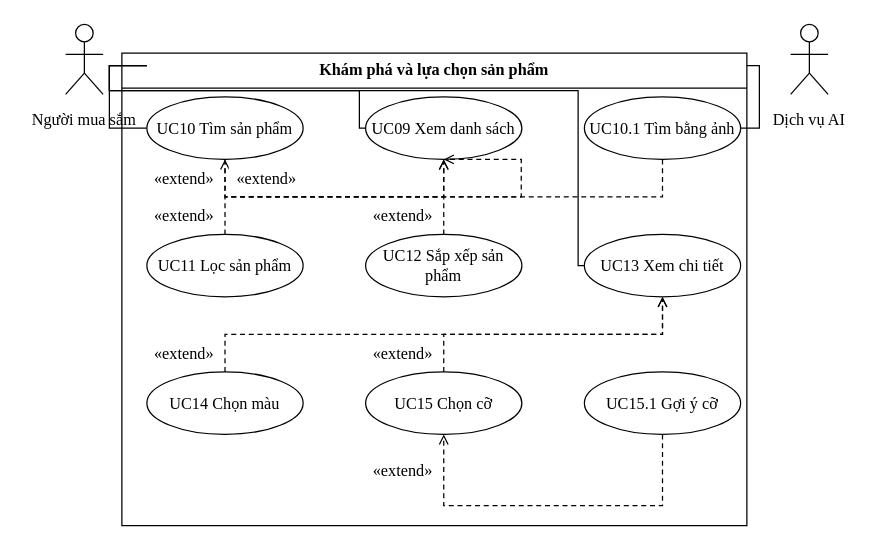
The draw.io diagram docs/do-an-LSOUL/So-do-LSOUL-rut-gon/drawio/UC-G02.drawio in Loccao102/BanHang, before the edit. Source tidied: cells renumbered, new cells numbered last; positions are measured from the earlier drawing's top-left corner, leaving out a move shared by most shapes. Both pictures are drawn from the tidied source at 125%, with x=0, y=0 at pixel (21, 21).
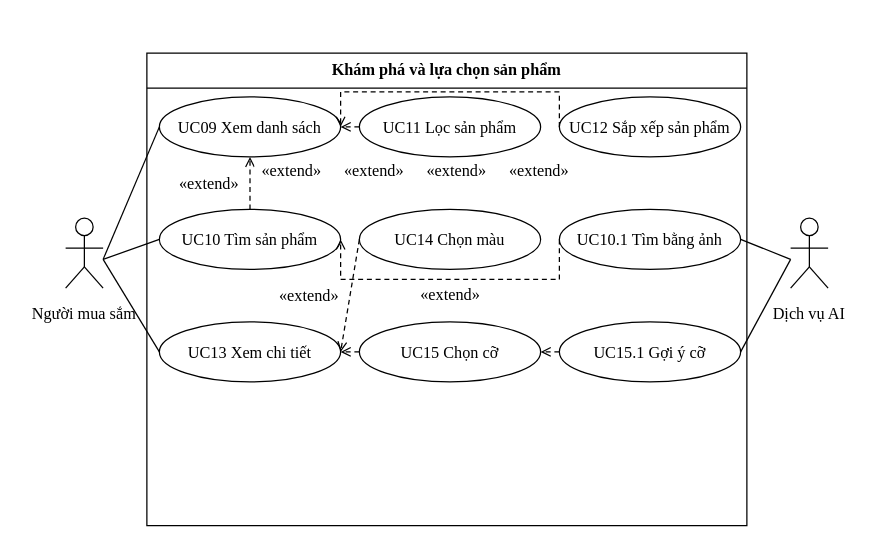
After the change.

What changed in the source:
```diff
@@
     <mxCell id="2" style="fontFamily=Times New Roman;fontSize=13;fontColor=#000000;strokeColor=#000000;strokeWidth=1;fillColor=#FFFFFF;shadow=0;rounded=0;html=0;whiteSpace=wrap;spacing=5;align=center;verticalAlign=middle;" parent="1" vertex="1">
-      <mxGeometry x="80" y="25" width="500" height="378" as="geometry" />
+      <mxGeometry x="100" y="25" width="480" height="378" as="geometry" />
     </mxCell>
     <mxCell id="3" value="Khám phá và lựa chọn sản phẩm" style="fontFamily=Times New Roman;fontSize=13;fontColor=#000000;strokeColor=#000000;strokeWidth=1;fillColor=#FFFFFF;shadow=0;rounded=0;html=0;whiteSpace=wrap;spacing=5;text;strokeColor=none;fillColor=none;align=center;verticalAlign=middle;fontStyle=1;" parent="1" vertex="1">
-      <mxGeometry x="83" y="27" width="494" height="22" as="geometry" />
+      <mxGeometry x="103" y="27" width="474" height="22" as="geometry" />
     </mxCell>
     <mxCell id="4" style="fontFamily=Times New Roman;fontSize=13;fontColor=#000000;strokeColor=#000000;strokeWidth=1;fillColor=#FFFFFF;shadow=0;rounded=0;html=0;whiteSpace=wrap;spacing=5;endArrow=none;endFill=1;startArrow=none;" parent="1" edge="1">
       <mxGeometry relative="1" as="geometry">
-        <mxPoint x="80" y="53" as="sourcePoint" />
+        <mxPoint x="100" y="53" as="sourcePoint" />
         <mxPoint x="580" y="53" as="targetPoint" />
       </mxGeometry>
     </mxCell>
-    <mxCell id="5" value="UC10 Tìm sản phẩm" style="fontFamily=Times New Roman;fontSize=13;fontColor=#000000;strokeColor=#000000;strokeWidth=1;fillColor=#FFFFFF;shadow=0;rounded=0;html=0;whiteSpace=wrap;spacing=5;ellipse;perimeter=ellipsePerimeter;align=center;verticalAlign=middle;" parent="1" vertex="1">
-      <mxGeometry x="100" y="60" width="125" height="50" as="geometry" />
-    </mxCell>
     <mxCell id="6" value="UC09 Xem danh sách" style="fontFamily=Times New Roman;fontSize=13;fontColor=#000000;strokeColor=#000000;strokeWidth=1;fillColor=#FFFFFF;shadow=0;rounded=0;html=0;whiteSpace=wrap;spacing=5;ellipse;perimeter=ellipsePerimeter;align=center;verticalAlign=middle;" parent="1" vertex="1">
-      <mxGeometry x="275" y="60" width="125" height="50" as="geometry" />
+      <mxGeometry x="110" y="60" width="145" height="48" as="geometry" />
     </mxCell>
-    <mxCell id="7" value="UC10.1 Tìm bằng ảnh" style="fontFamily=Times New Roman;fontSize=13;fontColor=#000000;strokeColor=#000000;strokeWidth=1;fillColor=#FFFFFF;shadow=0;rounded=0;html=0;whiteSpace=wrap;spacing=5;ellipse;perimeter=ellipsePerimeter;align=center;verticalAlign=middle;" parent="1" vertex="1">
-      <mxGeometry x="450" y="60" width="125" height="50" as="geometry" />
-    </mxCell>
     <mxCell id="8" value="UC11 Lọc sản phẩm" style="fontFamily=Times New Roman;fontSize=13;fontColor=#000000;strokeColor=#000000;strokeWidth=1;fillColor=#FFFFFF;shadow=0;rounded=0;html=0;whiteSpace=wrap;spacing=5;ellipse;perimeter=ellipsePerimeter;align=center;verticalAlign=middle;" parent="1" vertex="1">
-      <mxGeometry x="100" y="170" width="125" height="50" as="geometry" />
+      <mxGeometry x="270" y="60" width="145" height="48" as="geometry" />
     </mxCell>
     <mxCell id="9" value="UC12 Sắp xếp sản phẩm" style="fontFamily=Times New Roman;fontSize=13;fontColor=#000000;strokeColor=#000000;strokeWidth=1;fillColor=#FFFFFF;shadow=0;rounded=0;html=0;whiteSpace=wrap;spacing=5;ellipse;perimeter=ellipsePerimeter;align=center;verticalAlign=middle;" parent="1" vertex="1">
-      <mxGeometry x="275" y="170" width="125" height="50" as="geometry" />
+      <mxGeometry x="430" y="60" width="145" height="48" as="geometry" />
     </mxCell>
+    <mxCell id="5" value="UC10 Tìm sản phẩm" style="fontFamily=Times New Roman;fontSize=13;fontColor=#000000;strokeColor=#000000;strokeWidth=1;fillColor=#FFFFFF;shadow=0;rounded=0;html=0;whiteSpace=wrap;spacing=5;ellipse;perimeter=ellipsePerimeter;align=center;verticalAlign=middle;" parent="1" vertex="1">
+      <mxGeometry x="110" y="150" width="145" height="48" as="geometry" />
+    </mxCell>
+    <mxCell id="11" value="UC14 Chọn màu" style="fontFamily=Times New Roman;fontSize=13;fontColor=#000000;strokeColor=#000000;strokeWidth=1;fillColor=#FFFFFF;shadow=0;rounded=0;html=0;whiteSpace=wrap;spacing=5;ellipse;perimeter=ellipsePerimeter;align=center;verticalAlign=middle;" parent="1" vertex="1">
+      <mxGeometry x="270" y="150" width="145" height="48" as="geometry" />
+    </mxCell>
+    <mxCell id="7" value="UC10.1 Tìm bằng ảnh" style="fontFamily=Times New Roman;fontSize=13;fontColor=#000000;strokeColor=#000000;strokeWidth=1;fillColor=#FFFFFF;shadow=0;rounded=0;html=0;whiteSpace=wrap;spacing=5;ellipse;perimeter=ellipsePerimeter;align=center;verticalAlign=middle;" parent="1" vertex="1">
+      <mxGeometry x="430" y="150" width="145" height="48" as="geometry" />
+    </mxCell>
     <mxCell id="10" value="UC13 Xem chi tiết" style="fontFamily=Times New Roman;fontSize=13;fontColor=#000000;strokeColor=#000000;strokeWidth=1;fillColor=#FFFFFF;shadow=0;rounded=0;html=0;whiteSpace=wrap;spacing=5;ellipse;perimeter=ellipsePerimeter;align=center;verticalAlign=middle;" parent="1" vertex="1">
-      <mxGeometry x="450" y="170" width="125" height="50" as="geometry" />
+      <mxGeometry x="110" y="240" width="145" height="48" as="geometry" />
     </mxCell>
-    <mxCell id="11" value="UC14 Chọn màu" style="fontFamily=Times New Roman;fontSize=13;fontColor=#000000;strokeColor=#000000;strokeWidth=1;fillColor=#FFFFFF;shadow=0;rounded=0;html=0;whiteSpace=wrap;spacing=5;ellipse;perimeter=ellipsePerimeter;align=center;verticalAlign=middle;" parent="1" vertex="1">
-      <mxGeometry x="100" y="280" width="125" height="50" as="geometry" />
-    </mxCell>
     <mxCell id="12" value="UC15 Chọn cỡ" style="fontFamily=Times New Roman;fontSize=13;fontColor=#000000;strokeColor=#000000;strokeWidth=1;fillColor=#FFFFFF;shadow=0;rounded=0;html=0;whiteSpace=wrap;spacing=5;ellipse;perimeter=ellipsePerimeter;align=center;verticalAlign=middle;" parent="1" vertex="1">
-      <mxGeometry x="275" y="280" width="125" height="50" as="geometry" />
+      <mxGeometry x="270" y="240" width="145" height="48" as="geometry" />
     </mxCell>
     <mxCell id="13" value="UC15.1 Gợi ý cỡ" style="fontFamily=Times New Roman;fontSize=13;fontColor=#000000;strokeColor=#000000;strokeWidth=1;fillColor=#FFFFFF;shadow=0;rounded=0;html=0;whiteSpace=wrap;spacing=5;ellipse;perimeter=ellipsePerimeter;align=center;verticalAlign=middle;" parent="1" vertex="1">
-      <mxGeometry x="450" y="280" width="125" height="50" as="geometry" />
+      <mxGeometry x="430" y="240" width="145" height="48" as="geometry" />
     </mxCell>
     <mxCell id="14" style="group;" parent="1" vertex="1">
-      <mxGeometry width="100" height="92" as="geometry" />
+      <mxGeometry y="155" width="100" height="92" as="geometry" />
     </mxCell>
@@
     <mxCell id="21" style="group;" parent="1" vertex="1">
-      <mxGeometry x="580" width="100" height="92" as="geometry" />
+      <mxGeometry x="580" y="155" width="100" height="92" as="geometry" />
     </mxCell>
@@
-    <mxCell id="28" style="fontFamily=Times New Roman;fontSize=13;fontColor=#000000;strokeColor=#000000;strokeWidth=1;fillColor=#FFFFFF;shadow=0;rounded=0;html=0;whiteSpace=wrap;spacing=5;endArrow=none;endFill=1;startArrow=none;exitX=1.0000000;exitY=0.3804348;exitPerimeter=0;entryX=0.0000000;entryY=0.5000000;entryPerimeter=0;" parent="1" edge="1" source="14" target="6">
-      <mxGeometry relative="1" as="geometry">
-        <Array as="points">
-          <mxPoint x="70" y="35" />
-          <mxPoint x="70" y="55" />
-          <mxPoint x="270" y="55" />
-          <mxPoint x="270" y="85" />
-        </Array>
-      </mxGeometry>
+    <mxCell id="28" style="fontFamily=Times New Roman;fontSize=13;fontColor=#000000;strokeColor=#000000;strokeWidth=1;fillColor=#FFFFFF;shadow=0;rounded=0;html=0;whiteSpace=wrap;spacing=5;endArrow=none;endFill=1;startArrow=none;exitX=0.6500000;exitY=0.3804348;exitPerimeter=0;entryX=0.0000000;entryY=0.5000000;entryPerimeter=0;" parent="1" edge="1" source="14" target="6">
+      <mxGeometry relative="1" as="geometry" />
     </mxCell>
-    <mxCell id="29" style="fontFamily=Times New Roman;fontSize=13;fontColor=#000000;strokeColor=#000000;strokeWidth=1;fillColor=#FFFFFF;shadow=0;rounded=0;html=0;whiteSpace=wrap;spacing=5;endArrow=none;endFill=1;startArrow=none;exitX=1.0000000;exitY=0.3804348;exitPerimeter=0;entryX=0.0000000;entryY=0.5000000;entryPerimeter=0;" parent="1" edge="1" source="14" target="5">
-      <mxGeometry relative="1" as="geometry">
-        <Array as="points">
-          <mxPoint x="70" y="35" />
-          <mxPoint x="70" y="85" />
-        </Array>
-      </mxGeometry>
+    <mxCell id="29" style="fontFamily=Times New Roman;fontSize=13;fontColor=#000000;strokeColor=#000000;strokeWidth=1;fillColor=#FFFFFF;shadow=0;rounded=0;html=0;whiteSpace=wrap;spacing=5;endArrow=none;endFill=1;startArrow=none;exitX=0.6500000;exitY=0.3804348;exitPerimeter=0;entryX=0.0000000;entryY=0.5000000;entryPerimeter=0;" parent="1" edge="1" source="14" target="5">
+      <mxGeometry relative="1" as="geometry" />
     </mxCell>
-    <mxCell id="30" style="fontFamily=Times New Roman;fontSize=13;fontColor=#000000;strokeColor=#000000;strokeWidth=1;fillColor=#FFFFFF;shadow=0;rounded=0;html=0;whiteSpace=wrap;spacing=5;endArrow=none;endFill=1;startArrow=none;exitX=1.0000000;exitY=0.3804348;exitPerimeter=0;entryX=0.0000000;entryY=0.5000000;entryPerimeter=0;" parent="1" edge="1" source="14" target="10">
-      <mxGeometry relative="1" as="geometry">
-        <Array as="points">
-          <mxPoint x="70" y="35" />
-          <mxPoint x="70" y="55" />
-          <mxPoint x="445" y="55" />
-          <mxPoint x="445" y="195" />
-        </Array>
-      </mxGeometry>
+    <mxCell id="30" style="fontFamily=Times New Roman;fontSize=13;fontColor=#000000;strokeColor=#000000;strokeWidth=1;fillColor=#FFFFFF;shadow=0;rounded=0;html=0;whiteSpace=wrap;spacing=5;endArrow=none;endFill=1;startArrow=none;exitX=0.6500000;exitY=0.3804348;exitPerimeter=0;entryX=0.0000000;entryY=0.5000000;entryPerimeter=0;" parent="1" edge="1" source="14" target="10">
+      <mxGeometry relative="1" as="geometry" />
     </mxCell>
-    <mxCell id="31" style="fontFamily=Times New Roman;fontSize=13;fontColor=#000000;strokeColor=#000000;strokeWidth=1;fillColor=#FFFFFF;shadow=0;rounded=0;html=0;whiteSpace=wrap;spacing=5;endArrow=none;endFill=1;startArrow=none;exitX=0.0000000;exitY=0.3804348;exitPerimeter=0;entryX=1.0000000;entryY=0.5000000;entryPerimeter=0;" parent="1" edge="1" source="21" target="7">
-      <mxGeometry relative="1" as="geometry">
-        <Array as="points">
-          <mxPoint x="590" y="35" />
-          <mxPoint x="590" y="85" />
-        </Array>
-      </mxGeometry>
+    <mxCell id="31" style="fontFamily=Times New Roman;fontSize=13;fontColor=#000000;strokeColor=#000000;strokeWidth=1;fillColor=#FFFFFF;shadow=0;rounded=0;html=0;whiteSpace=wrap;spacing=5;endArrow=none;endFill=1;startArrow=none;exitX=0.3500000;exitY=0.3804348;exitPerimeter=0;entryX=1.0000000;entryY=0.5000000;entryPerimeter=0;" parent="1" edge="1" source="21" target="7">
+      <mxGeometry relative="1" as="geometry" />
     </mxCell>
+    <mxCell id="46" style="fontFamily=Times New Roman;fontSize=13;fontColor=#000000;strokeColor=#000000;strokeWidth=1;fillColor=#FFFFFF;shadow=0;rounded=0;html=0;whiteSpace=wrap;spacing=5;endArrow=none;endFill=1;startArrow=none;exitX=0.3500000;exitY=0.3804348;exitPerimeter=0;entryX=1.0000000;entryY=0.5000000;entryPerimeter=0;" parent="1" edge="1" source="21" target="13">
+      <mxGeometry relative="1" as="geometry" />
+    </mxCell>
-    <mxCell id="32" style="fontFamily=Times New Roman;fontSize=13;fontColor=#000000;strokeColor=#000000;strokeWidth=1;fillColor=#FFFFFF;shadow=0;rounded=0;html=0;whiteSpace=wrap;spacing=5;endArrow=open;endFill=1;startArrow=none;dashed=1;dashPattern=4 3;exitX=0.5000000;exitY=1.0000000;exitPerimeter=0;entryX=0.5000000;entryY=1.0000000;entryPerimeter=0;" parent="1" edge="1" source="5" target="6">
-      <mxGeometry relative="1" as="geometry">
-        <Array as="points">
-          <mxPoint x="162.5" y="140" />
-          <mxPoint x="337.5" y="140" />
-        </Array>
-      </mxGeometry>
+    <mxCell id="32" style="fontFamily=Times New Roman;fontSize=13;fontColor=#000000;strokeColor=#000000;strokeWidth=1;fillColor=#FFFFFF;shadow=0;rounded=0;html=0;whiteSpace=wrap;spacing=5;endArrow=open;endFill=1;startArrow=none;dashed=1;dashPattern=4 3;exitX=0.5000000;exitY=0.0000000;exitPerimeter=0;entryX=0.5000000;entryY=1.0000000;entryPerimeter=0;" parent="1" edge="1" source="5" target="6">
+      <mxGeometry relative="1" as="geometry" />
     </mxCell>
     <mxCell id="33" value="«extend»" style="fontFamily=Times New Roman;fontSize=13;fontColor=#000000;strokeColor=#000000;strokeWidth=1;fillColor=#FFFFFF;shadow=0;rounded=0;html=0;whiteSpace=wrap;spacing=5;text;strokeColor=none;fillColor=none;align=center;verticalAlign=middle;fillColor=#FFFFFF;" parent="1" vertex="1">
-      <mxGeometry x="99.5" y="116" width="60" height="18" as="geometry" />
+      <mxGeometry x="119.5" y="120" width="60" height="18" as="geometry" />
     </mxCell>
-    <mxCell id="34" style="fontFamily=Times New Roman;fontSize=13;fontColor=#000000;strokeColor=#000000;strokeWidth=1;fillColor=#FFFFFF;shadow=0;rounded=0;html=0;whiteSpace=wrap;spacing=5;endArrow=open;endFill=1;startArrow=none;dashed=1;dashPattern=4 3;exitX=0.5000000;exitY=0.0000000;exitPerimeter=0;entryX=0.5000000;entryY=1.0000000;entryPerimeter=0;" parent="1" edge="1" source="8" target="6">
-      <mxGeometry relative="1" as="geometry">
-        <Array as="points">
-          <mxPoint x="162.5" y="140" />
-          <mxPoint x="337.5" y="140" />
-        </Array>
-      </mxGeometry>
+    <mxCell id="34" style="fontFamily=Times New Roman;fontSize=13;fontColor=#000000;strokeColor=#000000;strokeWidth=1;fillColor=#FFFFFF;shadow=0;rounded=0;html=0;whiteSpace=wrap;spacing=5;endArrow=open;endFill=1;startArrow=none;dashed=1;dashPattern=4 3;exitX=0.0000000;exitY=0.5000000;exitPerimeter=0;entryX=1.0000000;entryY=0.5000000;entryPerimeter=0;" parent="1" edge="1" source="8" target="6">
+      <mxGeometry relative="1" as="geometry" />
     </mxCell>
     <mxCell id="35" value="«extend»" style="fontFamily=Times New Roman;fontSize=13;fontColor=#000000;strokeColor=#000000;strokeWidth=1;fillColor=#FFFFFF;shadow=0;rounded=0;html=0;whiteSpace=wrap;spacing=5;text;strokeColor=none;fillColor=none;align=center;verticalAlign=middle;fillColor=#FFFFFF;" parent="1" vertex="1">
-      <mxGeometry x="99.5" y="146" width="60" height="18" as="geometry" />
+      <mxGeometry x="186" y="110" width="60" height="18" as="geometry" />
     </mxCell>
-    <mxCell id="36" style="fontFamily=Times New Roman;fontSize=13;fontColor=#000000;strokeColor=#000000;strokeWidth=1;fillColor=#FFFFFF;shadow=0;rounded=0;html=0;whiteSpace=wrap;spacing=5;endArrow=open;endFill=1;startArrow=none;dashed=1;dashPattern=4 3;exitX=0.5000000;exitY=0.0000000;exitPerimeter=0;entryX=0.5000000;entryY=1.0000000;entryPerimeter=0;" parent="1" edge="1" source="9" target="6">
+    <mxCell id="36" style="fontFamily=Times New Roman;fontSize=13;fontColor=#000000;strokeColor=#000000;strokeWidth=1;fillColor=#FFFFFF;shadow=0;rounded=0;html=0;whiteSpace=wrap;spacing=5;endArrow=open;endFill=1;startArrow=none;dashed=1;dashPattern=4 3;exitX=0.0000000;exitY=0.5000000;exitPerimeter=0;entryX=1.0000000;entryY=0.5000000;entryPerimeter=0;" parent="1" edge="1" source="9" target="6">
       <mxGeometry relative="1" as="geometry">
         <Array as="points">
-          <mxPoint x="337.5" y="140" />
-          <mxPoint x="399.5" y="140" />
-          <mxPoint x="399.5" y="110" />
+          <mxPoint x="430" y="56" />
+          <mxPoint x="255" y="56" />
         </Array>
       </mxGeometry>
     </mxCell>
     <mxCell id="37" value="«extend»" style="fontFamily=Times New Roman;fontSize=13;fontColor=#000000;strokeColor=#000000;strokeWidth=1;fillColor=#FFFFFF;shadow=0;rounded=0;html=0;whiteSpace=wrap;spacing=5;text;strokeColor=none;fillColor=none;align=center;verticalAlign=middle;fillColor=#FFFFFF;" parent="1" vertex="1">
-      <mxGeometry x="274.5" y="146" width="60" height="18" as="geometry" />
+      <mxGeometry x="252" y="110" width="60" height="18" as="geometry" />
     </mxCell>
-    <mxCell id="38" style="fontFamily=Times New Roman;fontSize=13;fontColor=#000000;strokeColor=#000000;strokeWidth=1;fillColor=#FFFFFF;shadow=0;rounded=0;html=0;whiteSpace=wrap;spacing=5;endArrow=open;endFill=1;startArrow=none;dashed=1;dashPattern=4 3;exitX=0.5000000;exitY=1.0000000;exitPerimeter=0;entryX=0.5000000;entryY=1.0000000;entryPerimeter=0;" parent="1" edge="1" source="7" target="5">
+    <mxCell id="38" style="fontFamily=Times New Roman;fontSize=13;fontColor=#000000;strokeColor=#000000;strokeWidth=1;fillColor=#FFFFFF;shadow=0;rounded=0;html=0;whiteSpace=wrap;spacing=5;endArrow=open;endFill=1;startArrow=none;dashed=1;dashPattern=4 3;exitX=0.0000000;exitY=0.5000000;exitPerimeter=0;entryX=1.0000000;entryY=0.5000000;entryPerimeter=0;" parent="1" edge="1" source="7" target="5">
       <mxGeometry relative="1" as="geometry">
         <Array as="points">
-          <mxPoint x="512.5" y="140" />
-          <mxPoint x="162.5" y="140" />
+          <mxPoint x="430" y="206" />
+          <mxPoint x="255" y="206" />
         </Array>
       </mxGeometry>
     </mxCell>
     <mxCell id="39" value="«extend»" style="fontFamily=Times New Roman;fontSize=13;fontColor=#000000;strokeColor=#000000;strokeWidth=1;fillColor=#FFFFFF;shadow=0;rounded=0;html=0;whiteSpace=wrap;spacing=5;text;strokeColor=none;fillColor=none;align=center;verticalAlign=middle;fillColor=#FFFFFF;" parent="1" vertex="1">
-      <mxGeometry x="165.5" y="116" width="60" height="18" as="geometry" />
+      <mxGeometry x="312.5" y="209" width="60" height="18" as="geometry" />
     </mxCell>
-    <mxCell id="40" style="fontFamily=Times New Roman;fontSize=13;fontColor=#000000;strokeColor=#000000;strokeWidth=1;fillColor=#FFFFFF;shadow=0;rounded=0;html=0;whiteSpace=wrap;spacing=5;endArrow=open;endFill=1;startArrow=none;dashed=1;dashPattern=4 3;exitX=0.5000000;exitY=0.0000000;exitPerimeter=0;entryX=0.5000000;entryY=1.0000000;entryPerimeter=0;" parent="1" edge="1" source="11" target="10">
-      <mxGeometry relative="1" as="geometry">
-        <Array as="points">
-          <mxPoint x="162.5" y="250" />
-          <mxPoint x="512.5" y="250" />
-        </Array>
-      </mxGeometry>
+    <mxCell id="40" style="fontFamily=Times New Roman;fontSize=13;fontColor=#000000;strokeColor=#000000;strokeWidth=1;fillColor=#FFFFFF;shadow=0;rounded=0;html=0;whiteSpace=wrap;spacing=5;endArrow=open;endFill=1;startArrow=none;dashed=1;dashPattern=4 3;exitX=0.0000000;exitY=0.5000000;exitPerimeter=0;entryX=1.0000000;entryY=0.5000000;entryPerimeter=0;" parent="1" edge="1" source="11" target="10">
+      <mxGeometry relative="1" as="geometry" />
     </mxCell>
     <mxCell id="41" value="«extend»" style="fontFamily=Times New Roman;fontSize=13;fontColor=#000000;strokeColor=#000000;strokeWidth=1;fillColor=#FFFFFF;shadow=0;rounded=0;html=0;whiteSpace=wrap;spacing=5;text;strokeColor=none;fillColor=none;align=center;verticalAlign=middle;fillColor=#FFFFFF;" parent="1" vertex="1">
-      <mxGeometry x="99.5" y="256" width="60" height="18" as="geometry" />
+      <mxGeometry x="199.5" y="210" width="60" height="18" as="geometry" />
     </mxCell>
-    <mxCell id="42" style="fontFamily=Times New Roman;fontSize=13;fontColor=#000000;strokeColor=#000000;strokeWidth=1;fillColor=#FFFFFF;shadow=0;rounded=0;html=0;whiteSpace=wrap;spacing=5;endArrow=open;endFill=1;startArrow=none;dashed=1;dashPattern=4 3;exitX=0.5000000;exitY=0.0000000;exitPerimeter=0;entryX=0.5000000;entryY=1.0000000;entryPerimeter=0;" parent="1" edge="1" source="12" target="10">
-      <mxGeometry relative="1" as="geometry">
-        <Array as="points">
-          <mxPoint x="337.5" y="250" />
-          <mxPoint x="512.5" y="250" />
-        </Array>
-      </mxGeometry>
+    <mxCell id="42" style="fontFamily=Times New Roman;fontSize=13;fontColor=#000000;strokeColor=#000000;strokeWidth=1;fillColor=#FFFFFF;shadow=0;rounded=0;html=0;whiteSpace=wrap;spacing=5;endArrow=open;endFill=1;startArrow=none;dashed=1;dashPattern=4 3;exitX=0.0000000;exitY=0.5000000;exitPerimeter=0;entryX=1.0000000;entryY=0.5000000;entryPerimeter=0;" parent="1" edge="1" source="12" target="10">
+      <mxGeometry relative="1" as="geometry" />
     </mxCell>
     <mxCell id="43" value="«extend»" style="fontFamily=Times New Roman;fontSize=13;fontColor=#000000;strokeColor=#000000;strokeWidth=1;fillColor=#FFFFFF;shadow=0;rounded=0;html=0;whiteSpace=wrap;spacing=5;text;strokeColor=none;fillColor=none;align=center;verticalAlign=middle;fillColor=#FFFFFF;" parent="1" vertex="1">
-      <mxGeometry x="274.5" y="256" width="60" height="18" as="geometry" />
+      <mxGeometry x="318" y="110" width="60" height="18" as="geometry" />
     </mxCell>
-    <mxCell id="44" style="fontFamily=Times New Roman;fontSize=13;fontColor=#000000;strokeColor=#000000;strokeWidth=1;fillColor=#FFFFFF;shadow=0;rounded=0;html=0;whiteSpace=wrap;spacing=5;endArrow=open;endFill=1;startArrow=none;dashed=1;dashPattern=4 3;exitX=0.5000000;exitY=1.0000000;exitPerimeter=0;entryX=0.5000000;entryY=1.0000000;entryPerimeter=0;" parent="1" edge="1" source="13" target="12">
-      <mxGeometry relative="1" as="geometry">
-        <Array as="points">
-          <mxPoint x="512.5" y="387" />
-          <mxPoint x="337.5" y="387" />
-        </Array>
-      </mxGeometry>
+    <mxCell id="44" style="fontFamily=Times New Roman;fontSize=13;fontColor=#000000;strokeColor=#000000;strokeWidth=1;fillColor=#FFFFFF;shadow=0;rounded=0;html=0;whiteSpace=wrap;spacing=5;endArrow=open;endFill=1;startArrow=none;dashed=1;dashPattern=4 3;exitX=0.0000000;exitY=0.5000000;exitPerimeter=0;entryX=1.0000000;entryY=0.5000000;entryPerimeter=0;" parent="1" edge="1" source="13" target="12">
+      <mxGeometry relative="1" as="geometry" />
     </mxCell>
     <mxCell id="45" value="«extend»" style="fontFamily=Times New Roman;fontSize=13;fontColor=#000000;strokeColor=#000000;strokeWidth=1;fillColor=#FFFFFF;shadow=0;rounded=0;html=0;whiteSpace=wrap;spacing=5;text;strokeColor=none;fillColor=none;align=center;verticalAlign=middle;fillColor=#FFFFFF;" parent="1" vertex="1">
-      <mxGeometry x="274.5" y="349.5" width="60" height="18" as="geometry" />
+      <mxGeometry x="384" y="110" width="60" height="18" as="geometry" />
     </mxCell>
```
